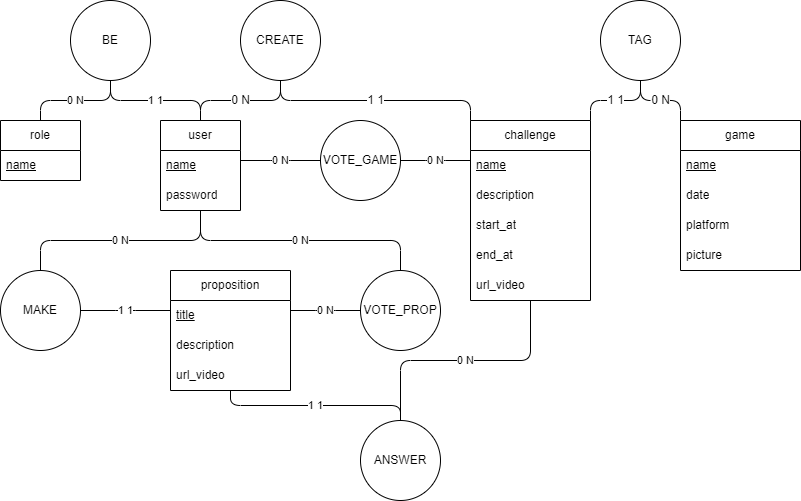
The draw.io diagram MCD.drawio.png in Zdep88/projet-GamerChallenges-docs, before a commit. Source tidied: cells renumbered, new cells last; positions are measured from the earlier drawing's top-left corner, leaving out a move shared by most shapes.
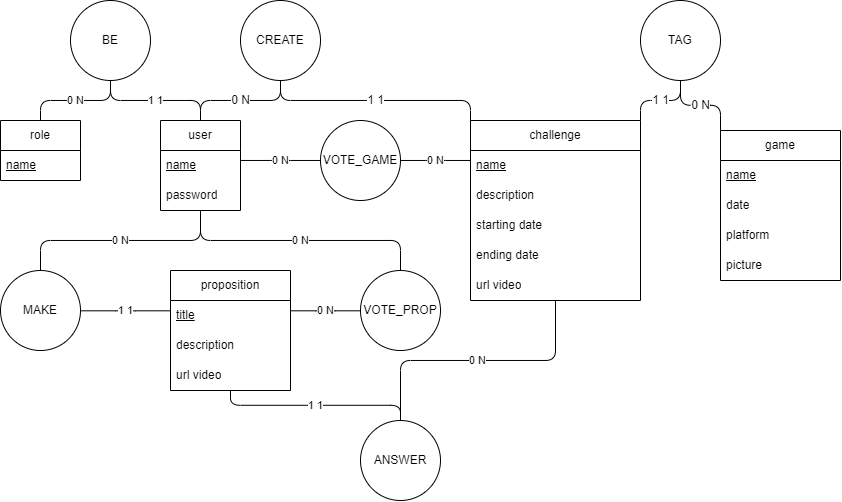
The same diagram one commit later.

Diff of the diagram source:
```diff
@@ -12,22 +12,22 @@
       <mxGeometry y="60" width="80" height="30" as="geometry" />
     </mxCell>
     <mxCell id="5" value="challenge" style="swimlane;fontStyle=0;horizontal=1;startSize=30;whiteSpace=wrap;html=1;strokeColor=#000000;fontFamily=Helvetica;fontSize=12;fontColor=#000000;fillColor=none;" parent="1" vertex="1">
-      <mxGeometry x="470" y="120" width="120" height="180" as="geometry" />
+      <mxGeometry x="470" y="120" width="170" height="180" as="geometry" />
     </mxCell>
     <mxCell id="6" value="name" style="text;strokeColor=none;fillColor=none;align=left;verticalAlign=middle;spacingLeft=4;spacingRight=4;overflow=hidden;whiteSpace=wrap;html=1;fontFamily=Helvetica;fontSize=12;fontColor=#000000;startSize=30;fontStyle=4;" parent="5" vertex="1">
-      <mxGeometry y="30" width="120" height="30" as="geometry" />
+      <mxGeometry y="30" width="170" height="30" as="geometry" />
     </mxCell>
     <mxCell id="7" value="description" style="text;strokeColor=none;fillColor=none;align=left;verticalAlign=middle;spacingLeft=4;spacingRight=4;overflow=hidden;whiteSpace=wrap;html=1;fontFamily=Helvetica;fontSize=12;fontColor=#000000;startSize=30;" parent="5" vertex="1">
-      <mxGeometry y="60" width="120" height="30" as="geometry" />
+      <mxGeometry y="60" width="170" height="30" as="geometry" />
     </mxCell>
-    <mxCell id="8" value="start_at" style="text;strokeColor=none;fillColor=none;align=left;verticalAlign=middle;spacingLeft=4;spacingRight=4;overflow=hidden;whiteSpace=wrap;html=1;fontFamily=Helvetica;fontSize=12;fontColor=#000000;startSize=30;" parent="5" vertex="1">
-      <mxGeometry y="90" width="120" height="30" as="geometry" />
+    <mxCell id="8" value="starting date" style="text;strokeColor=none;fillColor=none;align=left;verticalAlign=middle;spacingLeft=4;spacingRight=4;overflow=hidden;whiteSpace=wrap;html=1;fontFamily=Helvetica;fontSize=12;fontColor=#000000;startSize=30;" parent="5" vertex="1">
+      <mxGeometry y="90" width="170" height="30" as="geometry" />
     </mxCell>
-    <mxCell id="9" value="end_at" style="text;strokeColor=none;fillColor=none;align=left;verticalAlign=middle;spacingLeft=4;spacingRight=4;overflow=hidden;whiteSpace=wrap;html=1;fontFamily=Helvetica;fontSize=12;fontColor=#000000;startSize=30;" parent="5" vertex="1">
-      <mxGeometry y="120" width="120" height="30" as="geometry" />
+    <mxCell id="9" value="ending date" style="text;strokeColor=none;fillColor=none;align=left;verticalAlign=middle;spacingLeft=4;spacingRight=4;overflow=hidden;whiteSpace=wrap;html=1;fontFamily=Helvetica;fontSize=12;fontColor=#000000;startSize=30;" parent="5" vertex="1">
+      <mxGeometry y="120" width="170" height="30" as="geometry" />
     </mxCell>
-    <mxCell id="10" value="url_video" style="text;strokeColor=none;fillColor=none;align=left;verticalAlign=middle;spacingLeft=4;spacingRight=4;overflow=hidden;whiteSpace=wrap;html=1;fontFamily=Helvetica;fontSize=12;fontColor=#000000;startSize=30;" parent="5" vertex="1">
-      <mxGeometry y="150" width="120" height="30" as="geometry" />
+    <mxCell id="10" value="url video" style="text;strokeColor=none;fillColor=none;align=left;verticalAlign=middle;spacingLeft=4;spacingRight=4;overflow=hidden;whiteSpace=wrap;html=1;fontFamily=Helvetica;fontSize=12;fontColor=#000000;startSize=30;" parent="5" vertex="1">
+      <mxGeometry y="150" width="170" height="30" as="geometry" />
     </mxCell>
     <mxCell id="11" style="group;" parent="1" vertex="1">
       <mxGeometry x="240" width="80" height="80" as="geometry" />
@@ -42,7 +42,7 @@
       <mxGeometry relative="1" as="geometry" />
     </mxCell>
     <mxCell id="15" value="game" style="swimlane;fontStyle=0;horizontal=1;startSize=30;whiteSpace=wrap;html=1;strokeColor=#000000;fontFamily=Helvetica;fontSize=12;fontColor=#000000;fillColor=none;" parent="1" vertex="1">
-      <mxGeometry x="680" y="120" width="120" height="150" as="geometry" />
+      <mxGeometry x="720" y="130" width="120" height="150" as="geometry" />
     </mxCell>
     <mxCell id="16" value="name" style="text;strokeColor=none;fillColor=none;align=left;verticalAlign=middle;spacingLeft=4;spacingRight=4;overflow=hidden;whiteSpace=wrap;html=1;fontFamily=Helvetica;fontSize=12;fontColor=#000000;startSize=30;fontStyle=4;" parent="15" vertex="1">
       <mxGeometry y="30" width="120" height="30" as="geometry" />
@@ -57,7 +57,7 @@
       <mxGeometry y="120" width="120" height="30" as="geometry" />
     </mxCell>
     <mxCell id="20" style="group;" parent="1" vertex="1">
-      <mxGeometry x="600" width="80" height="80" as="geometry" />
+      <mxGeometry x="640" width="80" height="80" as="geometry" />
     </mxCell>
     <mxCell id="21" value="TAG" style="ellipse;whiteSpace=wrap;html=1;strokeColor=#000000;fontFamily=Helvetica;fontSize=12;fontColor=#000000;startSize=30;fillColor=none;" parent="20" vertex="1">
       <mxGeometry width="80" height="80" as="geometry" />
@@ -95,7 +95,7 @@
     <mxCell id="32" value="description" style="text;strokeColor=none;fillColor=none;align=left;verticalAlign=middle;spacingLeft=4;spacingRight=4;overflow=hidden;whiteSpace=wrap;html=1;fontFamily=Helvetica;fontSize=12;fontColor=#000000;startSize=30;" parent="30" vertex="1">
       <mxGeometry y="60" width="120" height="30" as="geometry" />
     </mxCell>
-    <mxCell id="33" value="url_video" style="text;strokeColor=none;fillColor=none;align=left;verticalAlign=middle;spacingLeft=4;spacingRight=4;overflow=hidden;whiteSpace=wrap;html=1;fontFamily=Helvetica;fontSize=12;fontColor=#000000;startSize=30;" parent="30" vertex="1">
+    <mxCell id="33" value="url video" style="text;strokeColor=none;fillColor=none;align=left;verticalAlign=middle;spacingLeft=4;spacingRight=4;overflow=hidden;whiteSpace=wrap;html=1;fontFamily=Helvetica;fontSize=12;fontColor=#000000;startSize=30;" parent="30" vertex="1">
       <mxGeometry y="90" width="120" height="30" as="geometry" />
     </mxCell>
     <mxCell id="34" style="group;" parent="1" vertex="1">
```
